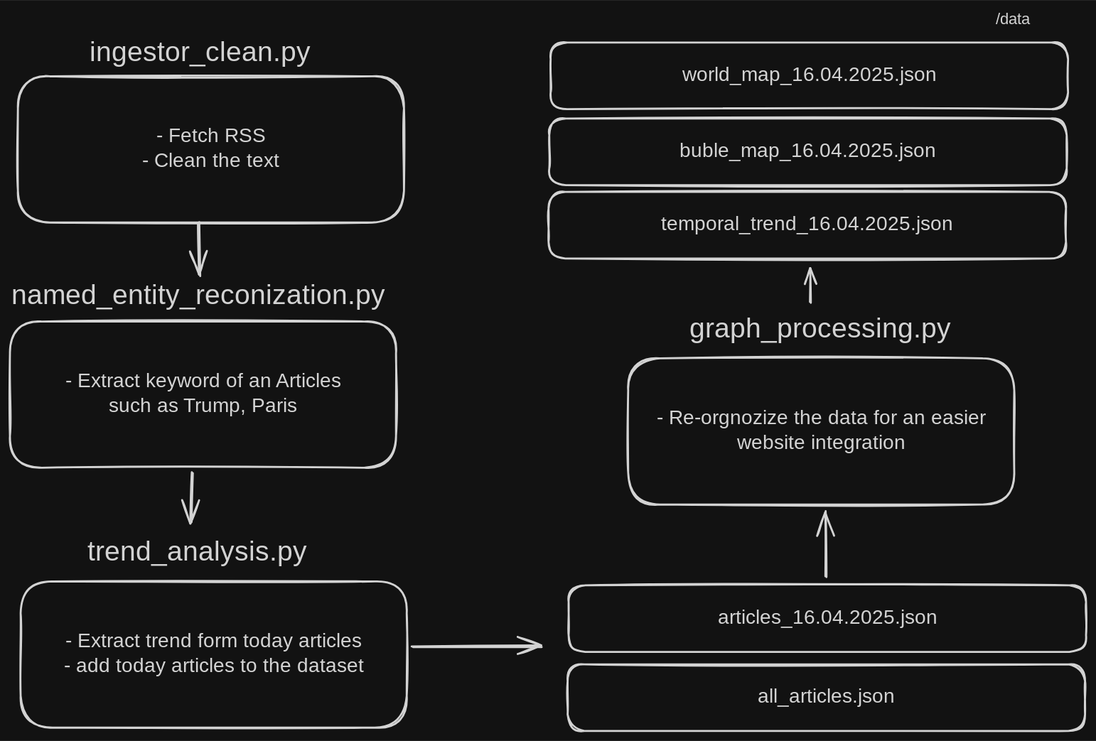
Earlier version of the Excalidraw export milestones/res/pipeline.excalidraw.svg (com-480-data-visualization/NewsMaster). Source tidied: one line per element, renumbered; positions are measured from the earlier drawing's top-left corner, leaving out a move shared by most shapes.
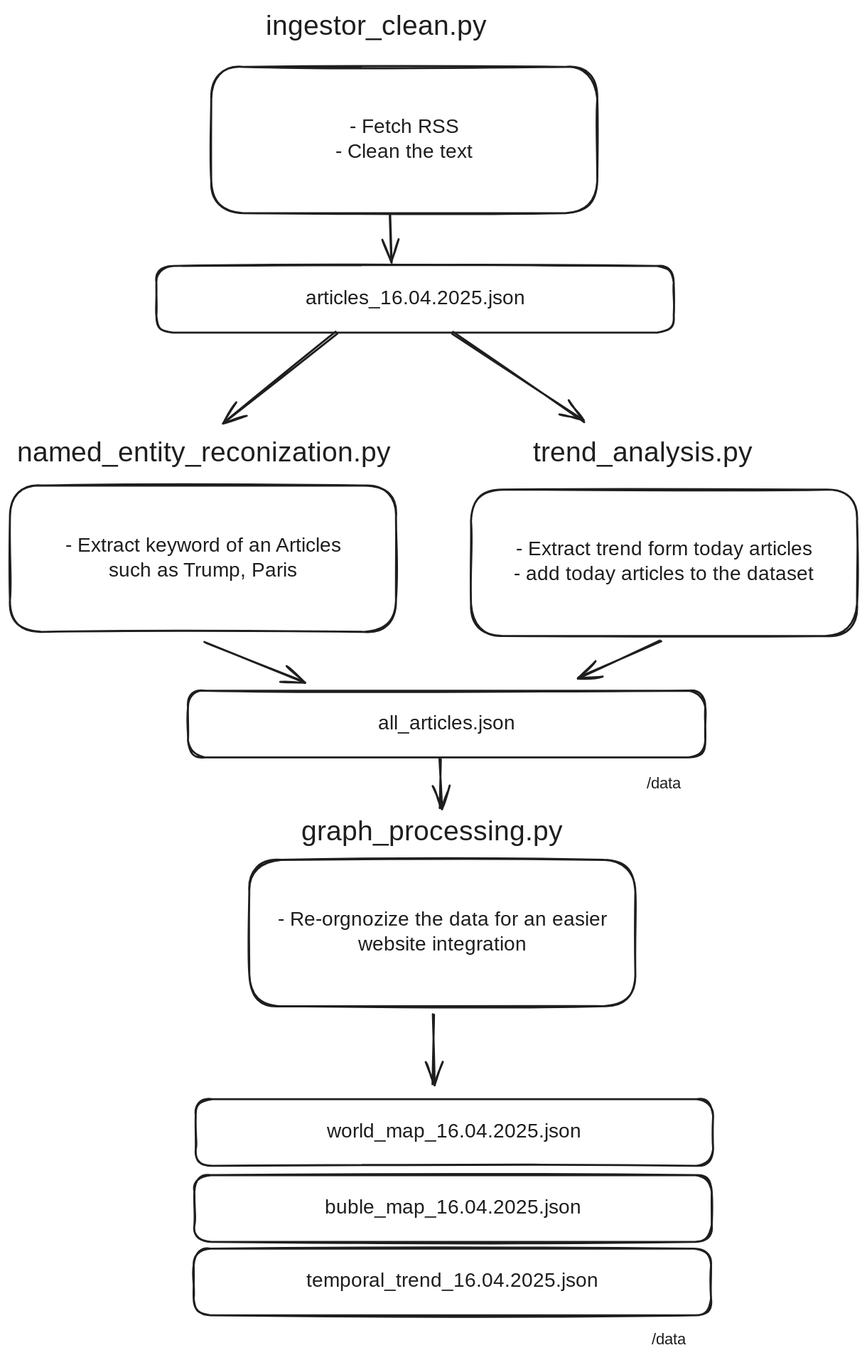
After the commit.

Commit message:
fix:  update graph pipeline

What changed in the source:
```diff
@@ -1,28 +1,31 @@
-{"id": 0, "type": "rectangle", "strokeColor": "#1e1e1e", "strokeWidth": 2, "roughness": 1, "round": true, "x": 8, "y": 67, "width": 388, "height": 147}
+{"id": 0, "type": "rectangle", "strokeColor": "#1e1e1e", "strokeWidth": 2, "roughness": 1, "round": true, "x": 329, "y": -98, "width": 388, "height": 147}
-{"id": 1, "type": "text", "text": "- Fetch RSS\n- Clean the text", "strokeColor": "#1e1e1e", "strokeWidth": 2, "roughness": 1, "fontSize": 20, "fontFamily": 5, "textAlign": "center", "verticalAlign": "middle", "inside": 0, "x": 122, "y": 115, "width": 160, "height": 50}
+{"id": 1, "type": "text", "text": "- Fetch RSS\n- Clean the text", "strokeColor": "#1e1e1e", "strokeWidth": 2, "roughness": 1, "fontSize": 20, "fontFamily": 5, "textAlign": "center", "verticalAlign": "middle", "inside": 0, "x": 443, "y": -50, "width": 160, "height": 50}
-{"id": 2, "type": "text", "text": "ingestor_clean.py", "strokeColor": "#1e1e1e", "strokeWidth": 2, "roughness": 1, "fontSize": 28, "fontFamily": 5, "x": 80, "y": 27, "width": 234, "height": 35}
+{"id": 2, "type": "text", "text": "ingestor_clean.py", "strokeColor": "#1e1e1e", "strokeWidth": 2, "roughness": 1, "fontSize": 28, "fontFamily": 5, "x": 384, "y": -156, "width": 234, "height": 35}
-{"id": 3, "type": "arrow", "strokeColor": "#1e1e1e", "strokeWidth": 2, "roughness": 1, "endArrowhead": "arrow", "round": true, "from": 0, "to": 6, "x": 190, "y": 214, "width": 1, "height": 52, "points": [[0, 0], [1, 52]]}
-{"id": 4, "type": "rectangle", "strokeColor": "#1e1e1e", "strokeWidth": 2, "roughness": 1, "round": true, "x": 0, "y": 313, "width": 388, "height": 147}
+{"id": 4, "type": "rectangle", "strokeColor": "#1e1e1e", "strokeWidth": 2, "roughness": 1, "round": true, "x": 126, "y": 322, "width": 388, "height": 147}
-{"id": 5, "type": "text", "text": "- Extract keyword of an Articles\nsuch as Trump, Paris", "strokeColor": "#1e1e1e", "strokeWidth": 2, "roughness": 1, "fontSize": 20, "fontFamily": 5, "textAlign": "center", "verticalAlign": "middle", "inside": 4, "x": 33, "y": 362, "width": 323, "height": 50}
+{"id": 5, "type": "text", "text": "- Extract keyword of an Articles\nsuch as Trump, Paris", "strokeColor": "#1e1e1e", "strokeWidth": 2, "roughness": 1, "fontSize": 20, "fontFamily": 5, "textAlign": "center", "verticalAlign": "middle", "inside": 4, "x": 159, "y": 371, "width": 323, "height": 50}
-{"id": 6, "type": "text", "text": "named_entity_reconization.py", "strokeColor": "#1e1e1e", "strokeWidth": 2, "roughness": 1, "fontSize": 28, "fontFamily": 5, "x": 1, "y": 271, "width": 403, "height": 35}
+{"id": 6, "type": "text", "text": "named_entity_reconization.py", "strokeColor": "#1e1e1e", "strokeWidth": 2, "roughness": 1, "fontSize": 28, "fontFamily": 5, "x": 134, "y": 273, "width": 403, "height": 35}
-{"id": 7, "type": "rectangle", "strokeColor": "#1e1e1e", "strokeWidth": 2, "roughness": 1, "round": true, "x": 11, "y": 575, "width": 388, "height": 147}
+{"id": 7, "type": "rectangle", "strokeColor": "#1e1e1e", "strokeWidth": 2, "roughness": 1, "round": true, "x": 590, "y": 326, "width": 388, "height": 147}
-{"id": 8, "type": "text", "text": "- Extract trend form today articles\n- add today articles to the dataset", "strokeColor": "#1e1e1e", "strokeWidth": 2, "roughness": 1, "fontSize": 20, "fontFamily": 5, "textAlign": "center", "verticalAlign": "middle", "inside": 7, "x": 26, "y": 623, "width": 357, "height": 50}
+{"id": 8, "type": "text", "text": "- Extract trend form today articles\n- add today articles to the dataset", "strokeColor": "#1e1e1e", "strokeWidth": 2, "roughness": 1, "fontSize": 20, "fontFamily": 5, "textAlign": "center", "verticalAlign": "middle", "inside": 7, "x": 606, "y": 375, "width": 357, "height": 50}
-{"id": 9, "type": "text", "text": "trend_analysis.py", "strokeColor": "#1e1e1e", "strokeWidth": 2, "roughness": 1, "fontSize": 28, "fontFamily": 5, "x": 78, "y": 529, "width": 235, "height": 35}
+{"id": 9, "type": "text", "text": "trend_analysis.py", "strokeColor": "#1e1e1e", "strokeWidth": 2, "roughness": 1, "fontSize": 28, "fontFamily": 5, "x": 652, "y": 273, "width": 235, "height": 35}
-{"id": 10, "type": "arrow", "strokeColor": "#1e1e1e", "strokeWidth": 2, "roughness": 1, "endArrowhead": "arrow", "round": true, "from": 4, "to": 9, "x": 183, "y": 465, "width": 0, "height": 50, "points": [[0, 0], [0, 50]]}
-{"id": 11, "type": "rectangle", "strokeColor": "#1e1e1e", "strokeWidth": 2, "roughness": 1, "round": true, "x": 621, "y": 350, "width": 388, "height": 147}
+{"id": 11, "type": "rectangle", "strokeColor": "#1e1e1e", "strokeWidth": 2, "roughness": 1, "round": true, "x": 367, "y": 698, "width": 388, "height": 147}
-{"id": 12, "type": "text", "text": "- Re-orgnozize the data for an easier\nwebsite integration", "strokeColor": "#1e1e1e", "strokeWidth": 2, "roughness": 1, "fontSize": 20, "fontFamily": 5, "textAlign": "center", "verticalAlign": "middle", "inside": 11, "x": 630, "y": 399, "width": 370, "height": 50}
+{"id": 12, "type": "text", "text": "- Re-orgnozize the data for an easier\nwebsite integration", "strokeColor": "#1e1e1e", "strokeWidth": 2, "roughness": 1, "fontSize": 20, "fontFamily": 5, "textAlign": "center", "verticalAlign": "middle", "inside": 11, "x": 376, "y": 747, "width": 370, "height": 50}
-{"id": 13, "type": "text", "text": "graph_processing.py", "strokeColor": "#1e1e1e", "strokeWidth": 2, "roughness": 1, "fontSize": 28, "fontFamily": 5, "x": 683, "y": 304, "width": 269, "height": 35}
+{"id": 13, "type": "text", "text": "graph_processing.py", "strokeColor": "#1e1e1e", "strokeWidth": 2, "roughness": 1, "fontSize": 28, "fontFamily": 5, "x": 419, "y": 654, "width": 269, "height": 35}
-{"id": 14, "type": "arrow", "strokeColor": "#1e1e1e", "strokeWidth": 2, "roughness": 1, "endArrowhead": "arrow", "round": true, "from": 7, "x": 405, "y": 640, "width": 129, "height": 0, "points": [[0, 0], [129, 0]]}
-{"id": 15, "type": "rectangle", "strokeColor": "#1e1e1e", "strokeWidth": 2, "roughness": 1, "round": true, "x": 561, "y": 578, "width": 520, "height": 67}
+{"id": 15, "type": "rectangle", "strokeColor": "#1e1e1e", "strokeWidth": 2, "roughness": 1, "round": true, "x": 274, "y": 102, "width": 520, "height": 67}
-{"id": 16, "type": "text", "text": "articles_16.04.2025.json", "strokeColor": "#1e1e1e", "strokeWidth": 2, "roughness": 1, "fontSize": 20, "fontFamily": 5, "textAlign": "center", "verticalAlign": "middle", "inside": 15, "x": 700, "y": 599, "width": 242, "height": 25}
+{"id": 16, "type": "text", "text": "articles_16.04.2025.json", "strokeColor": "#1e1e1e", "strokeWidth": 2, "roughness": 1, "fontSize": 20, "fontFamily": 5, "textAlign": "center", "verticalAlign": "middle", "inside": 15, "x": 413, "y": 123, "width": 242, "height": 25}
-{"id": 17, "type": "rectangle", "strokeColor": "#1e1e1e", "strokeWidth": 2, "roughness": 1, "round": true, "x": 560, "y": 658, "width": 520, "height": 67}
+{"id": 17, "type": "rectangle", "strokeColor": "#1e1e1e", "strokeWidth": 2, "roughness": 1, "round": true, "x": 305, "y": 528, "width": 520, "height": 67}
-{"id": 18, "type": "text", "text": "all_articles.json", "strokeColor": "#1e1e1e", "strokeWidth": 2, "roughness": 1, "fontSize": 20, "fontFamily": 5, "textAlign": "center", "verticalAlign": "middle", "inside": 17, "x": 745, "y": 679, "width": 152, "height": 25}
+{"id": 18, "type": "text", "text": "all_articles.json", "strokeColor": "#1e1e1e", "strokeWidth": 2, "roughness": 1, "fontSize": 20, "fontFamily": 5, "textAlign": "center", "verticalAlign": "middle", "inside": 17, "x": 489, "y": 549, "width": 152, "height": 25}
-{"id": 19, "type": "rectangle", "strokeColor": "#1e1e1e", "strokeWidth": 2, "roughness": 1, "round": true, "x": 543, "y": 33, "width": 520, "height": 67}
+{"id": 19, "type": "rectangle", "strokeColor": "#1e1e1e", "strokeWidth": 2, "roughness": 1, "round": true, "x": 313, "y": 939, "width": 520, "height": 67}
-{"id": 20, "type": "text", "text": "world_map_16.04.2025.json", "strokeColor": "#1e1e1e", "strokeWidth": 2, "roughness": 1, "fontSize": 20, "fontFamily": 5, "textAlign": "center", "verticalAlign": "middle", "inside": 19, "x": 669, "y": 54, "width": 269, "height": 25}
+{"id": 20, "type": "text", "text": "world_map_16.04.2025.json", "strokeColor": "#1e1e1e", "strokeWidth": 2, "roughness": 1, "fontSize": 20, "fontFamily": 5, "textAlign": "center", "verticalAlign": "middle", "inside": 19, "x": 439, "y": 960, "width": 269, "height": 25}
-{"id": 21, "type": "rectangle", "strokeColor": "#1e1e1e", "strokeWidth": 2, "roughness": 1, "round": true, "x": 542, "y": 109, "width": 520, "height": 67}
+{"id": 21, "type": "rectangle", "strokeColor": "#1e1e1e", "strokeWidth": 2, "roughness": 1, "round": true, "x": 312, "y": 1015, "width": 520, "height": 67}
-{"id": 22, "type": "text", "text": "buble_map_16.04.2025.json", "strokeColor": "#1e1e1e", "strokeWidth": 2, "roughness": 1, "fontSize": 20, "fontFamily": 5, "textAlign": "center", "verticalAlign": "middle", "inside": 21, "x": 668, "y": 130, "width": 267, "height": 25}
+{"id": 22, "type": "text", "text": "buble_map_16.04.2025.json", "strokeColor": "#1e1e1e", "strokeWidth": 2, "roughness": 1, "fontSize": 20, "fontFamily": 5, "textAlign": "center", "verticalAlign": "middle", "inside": 21, "x": 438, "y": 1036, "width": 267, "height": 25}
-{"id": 23, "type": "rectangle", "strokeColor": "#1e1e1e", "strokeWidth": 2, "roughness": 1, "round": true, "x": 541, "y": 183, "width": 520, "height": 67}
+{"id": 23, "type": "rectangle", "strokeColor": "#1e1e1e", "strokeWidth": 2, "roughness": 1, "round": true, "x": 311, "y": 1089, "width": 520, "height": 67}
-{"id": 24, "type": "text", "text": "temporal_trend_16.04.2025.json", "strokeColor": "#1e1e1e", "strokeWidth": 2, "roughness": 1, "fontSize": 20, "fontFamily": 5, "textAlign": "center", "verticalAlign": "middle", "inside": 23, "x": 643, "y": 204, "width": 317, "height": 25}
+{"id": 24, "type": "text", "text": "temporal_trend_16.04.2025.json", "strokeColor": "#1e1e1e", "strokeWidth": 2, "roughness": 1, "fontSize": 20, "fontFamily": 5, "textAlign": "center", "verticalAlign": "middle", "inside": 23, "x": 413, "y": 1110, "width": 317, "height": 25}
-{"id": 25, "type": "arrow", "strokeColor": "#1e1e1e", "strokeWidth": 2, "roughness": 1, "endArrowhead": "arrow", "round": true, "from": 13, "to": 23, "x": 804, "y": 294, "width": 0, "height": 34, "points": [[0, 0], [0, -34]]}
-{"id": 26, "type": "arrow", "strokeColor": "#1e1e1e", "strokeWidth": 2, "roughness": 1, "endArrowhead": "arrow", "round": true, "from": 15, "to": 11, "x": 820, "y": 570, "width": 1, "height": 65, "points": [[0, 0], [-1, -65]]}
-{"id": 27, "type": "text", "text": "/data", "strokeColor": "#1e1e1e", "strokeWidth": 2, "roughness": 1, "fontSize": 16, "fontFamily": 5, "x": 991, "y": 0, "width": 45, "height": 20}
+{"id": 27, "type": "text", "text": "/data", "strokeColor": "#1e1e1e", "strokeWidth": 2, "roughness": 1, "fontSize": 16, "fontFamily": 5, "x": 772, "y": 1171, "width": 45, "height": 20}
+{"id": 28, "type": "arrow", "strokeColor": "#1e1e1e", "strokeWidth": 2, "roughness": 1, "endArrowhead": "arrow", "round": true, "from": 0, "to": 15, "x": 508, "y": 50, "width": 2, "height": 48, "points": [[0, 0], [2, 48]]}
+{"id": 29, "type": "arrow", "strokeColor": "#1e1e1e", "strokeWidth": 2, "roughness": 1, "endArrowhead": "arrow", "round": true, "from": 15, "to": 6, "x": 455, "y": 169, "width": 112, "height": 90, "points": [[0, 0], [-112, 90]]}
+{"id": 30, "type": "arrow", "strokeColor": "#1e1e1e", "strokeWidth": 2, "roughness": 1, "endArrowhead": "arrow", "round": true, "from": 15, "to": 9, "x": 571, "y": 169, "width": 132, "height": 89, "points": [[0, 0], [132, 89]]}
+{"id": 31, "type": "arrow", "strokeColor": "#1e1e1e", "strokeWidth": 2, "roughness": 1, "endArrowhead": "arrow", "round": true, "from": 4, "to": 17, "x": 323, "y": 480, "width": 98, "height": 39, "points": [[0, 0], [98, 39]]}
+{"id": 32, "type": "arrow", "strokeColor": "#1e1e1e", "strokeWidth": 2, "roughness": 1, "endArrowhead": "arrow", "round": true, "from": 7, "to": 17, "x": 781, "y": 478, "width": 84, "height": 37, "points": [[0, 0], [-84, 37]]}
+{"id": 33, "type": "arrow", "strokeColor": "#1e1e1e", "strokeWidth": 2, "roughness": 1, "endArrowhead": "arrow", "round": true, "from": 17, "to": 13, "x": 559, "y": 596, "width": 0, "height": 51, "points": [[0, 0], [0, 51]]}
+{"id": 34, "type": "text", "text": "/data", "strokeColor": "#1e1e1e", "strokeWidth": 2, "roughness": 1, "fontSize": 16, "fontFamily": 5, "x": 766, "y": 613, "width": 45, "height": 20}
+{"id": 35, "type": "arrow", "strokeColor": "#1e1e1e", "strokeWidth": 2, "roughness": 1, "endArrowhead": "arrow", "round": true, "from": 11, "to": 19, "x": 552, "y": 853, "width": 0, "height": 72, "points": [[0, 0], [0, 72]]}
```
